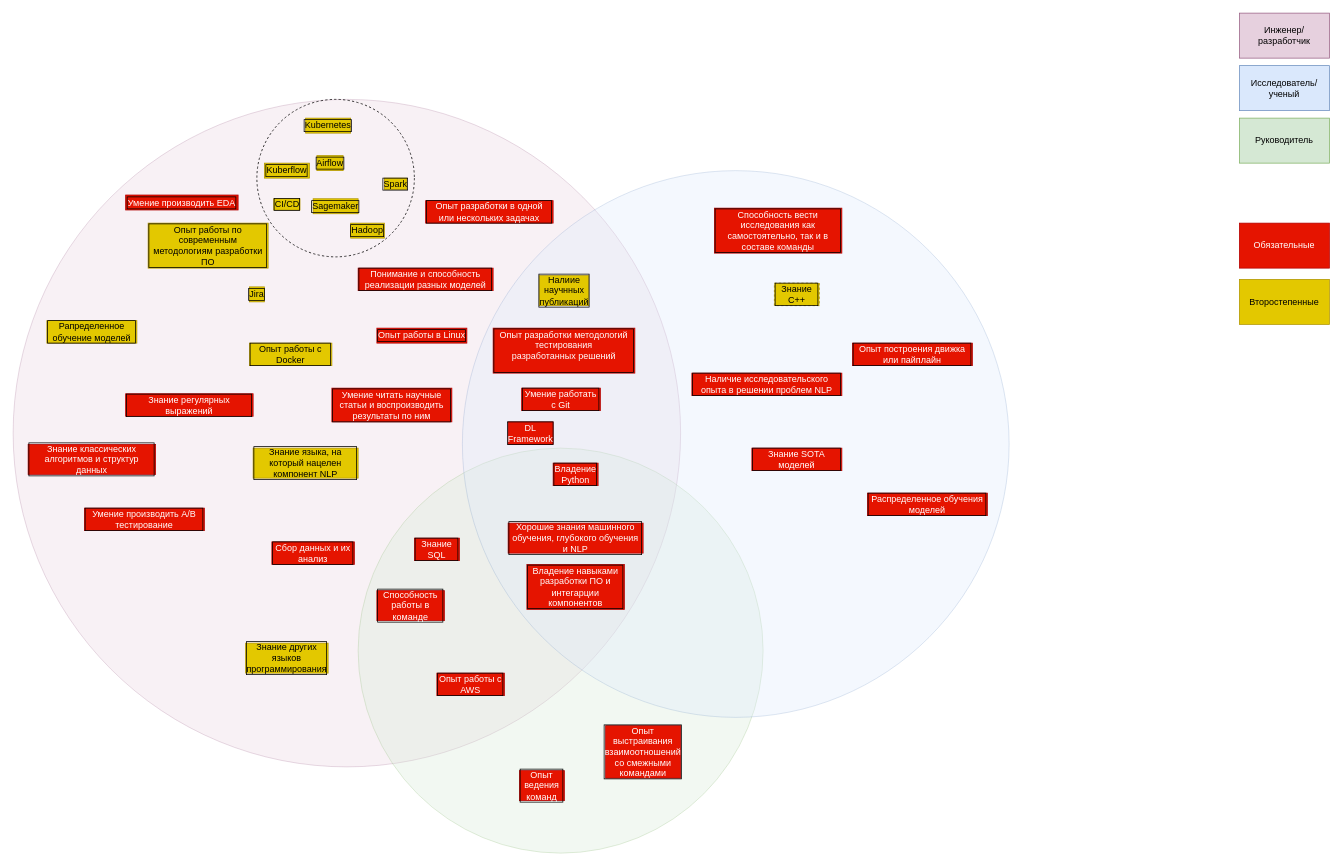
The draw.io diagram page "Навыки" (1 of 5) of competencies_nlp.drawio in Astromis/nlp-compass, before the edit. Source tidied: cells renumbered, new cells numbered last; positions are measured from the earlier drawing's top-left corner, leaving out a move shared by most shapes. Both pictures are drawn from the tidied source at 75%, with x=0, y=0 at pixel (13, 13).
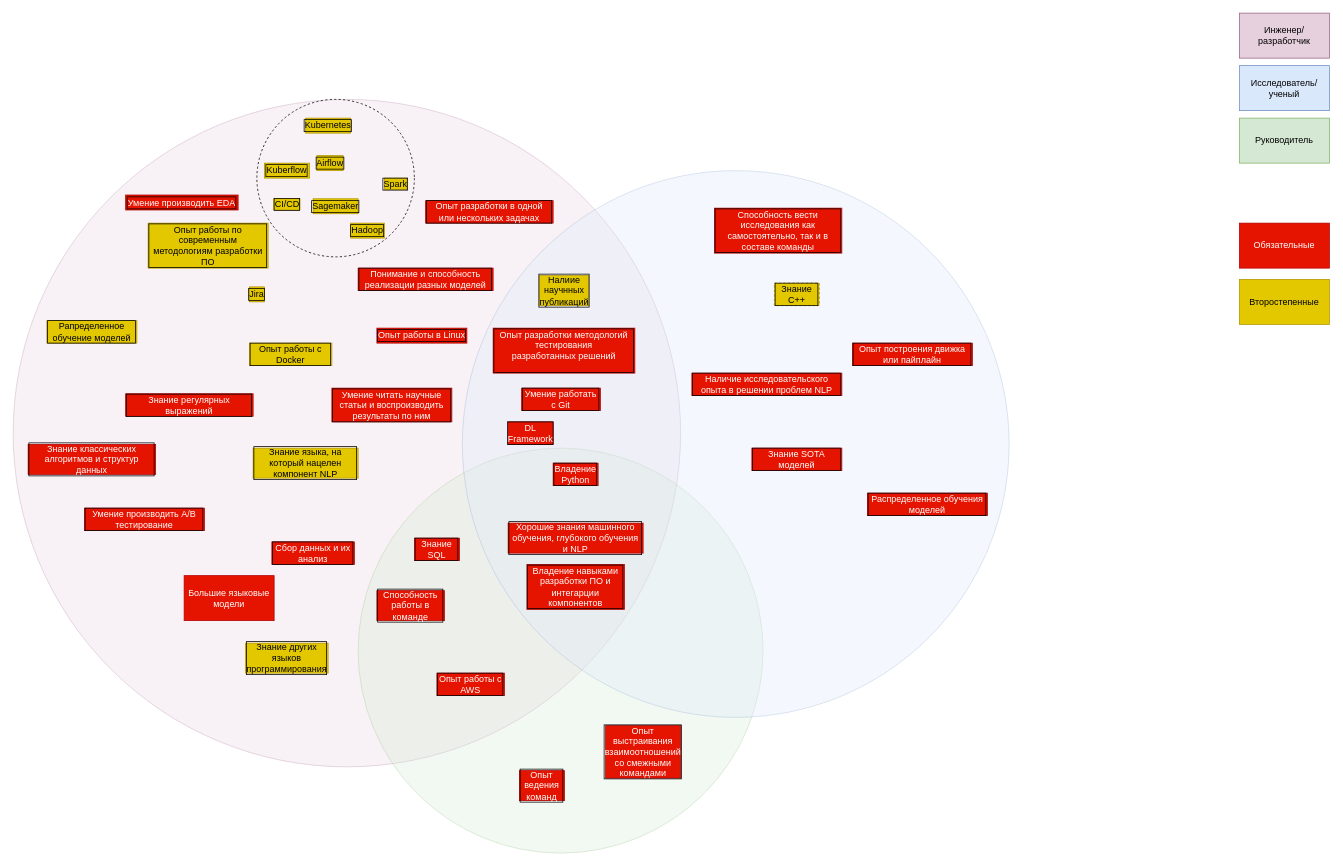
After the change.

What changed in the source:
```diff
@@
+    <mxCell id="52" value="Большие языковые модели" style="rounded=0;whiteSpace=wrap;html=1;fillColor=#e51400;fontColor=#ffffff;strokeColor=#B20000;" parent="1" vertex="1">
+      <mxGeometry x="228" y="750" width="120" height="60" as="geometry" />
+    </mxCell>
```
